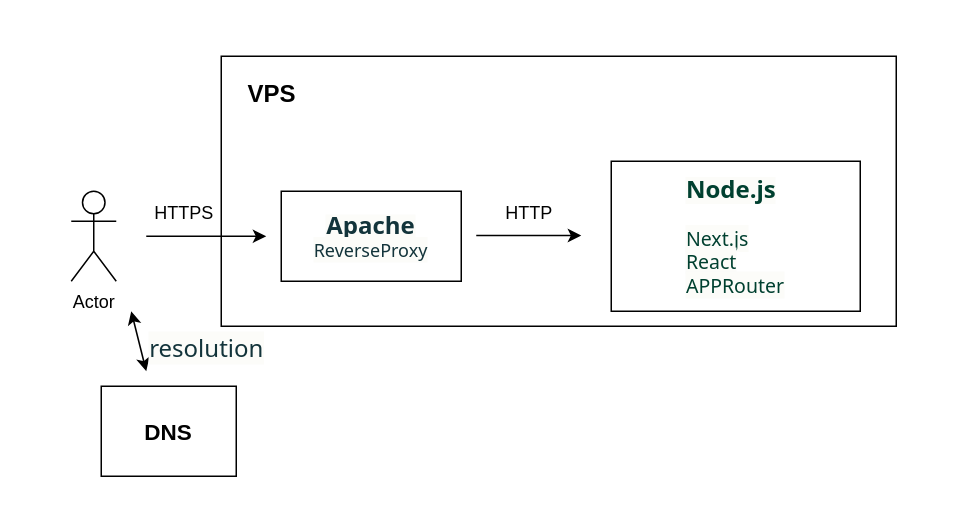
The draw.io diagram docs/architecture/名称未設定ファイル.drawio in kmrkiko/Next_Portfolio, before the edit. Source tidied: cells renumbered, new cells numbered last; positions are measured from the earlier drawing's top-left corner, leaving out a move shared by most shapes. Both pictures are drawn from the tidied source at 150%, with x=0, y=0 at pixel (26, 26).
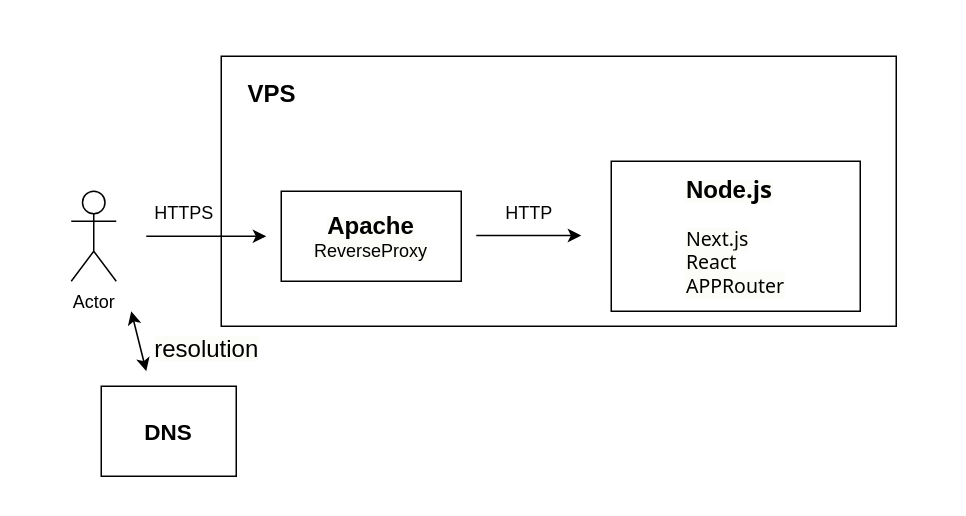
Above is the later version.

Commit message (it also covers changes not shown here):
名称未設定ファイル.drawio を更新します

Change to the diagram source:
```diff
@@
 <mxGraphModel>
   <root>
     <mxCell id="0" />
     <mxCell id="1" parent="0" />
     <mxCell id="2" style="rounded=0;whiteSpace=wrap;html=1;strokeColor=none;" parent="1" vertex="1">
       <mxGeometry width="610" height="310" as="geometry" />
     </mxCell>
     <mxCell id="3" value="&lt;font style=&quot;font-size: 16px;&quot;&gt;&lt;b&gt;　VPS&lt;/b&gt;&lt;/font&gt;&lt;div&gt;&lt;br&gt;&lt;/div&gt;&lt;div&gt;&lt;br&gt;&lt;/div&gt;&lt;div&gt;&lt;br&gt;&lt;/div&gt;&lt;div&gt;&lt;br&gt;&lt;/div&gt;&lt;div&gt;&lt;br&gt;&lt;/div&gt;&lt;div&gt;&lt;br&gt;&lt;/div&gt;&lt;div&gt;&lt;br&gt;&lt;/div&gt;&lt;div&gt;&lt;br&gt;&lt;/div&gt;&lt;div style=&quot;font-size: 13px;&quot;&gt;&lt;br&gt;&lt;/div&gt;" style="rounded=0;whiteSpace=wrap;html=1;align=left;" parent="1" vertex="1">
       <mxGeometry x="130" y="20" width="450" height="180" as="geometry" />
     </mxCell>
     <mxCell id="4" value="Actor" style="shape=umlActor;verticalLabelPosition=bottom;verticalAlign=top;html=1;" parent="1" vertex="1">
       <mxGeometry x="30" y="110" width="30" height="60" as="geometry" />
     </mxCell>
     <mxCell id="5" style="endArrow=classic;html=1;rounded=0;" parent="1" edge="1">
       <mxGeometry relative="1" as="geometry">
         <mxPoint x="80" y="140" as="sourcePoint" />
         <mxPoint x="160" y="140" as="targetPoint" />
         <Array as="points">
           <mxPoint x="120" y="140" />
         </Array>
       </mxGeometry>
     </mxCell>
-    <mxCell id="6" value="&lt;span style=&quot;color: oklch(0.304 0.04 213.681); text-align: start; background-color: oklch(0.99 0.004 106.471); font-family: __fkGroteskNeue_598ab8, __fkGroteskNeue_Fallback_598ab8, ui-sans-serif, system-ui, -apple-system, BlinkMacSystemFont, &amp;quot;Segoe UI&amp;quot;, Roboto, &amp;quot;Helvetica Neue&amp;quot;, Arial, &amp;quot;Noto Sans&amp;quot;, sans-serif, &amp;quot;Apple Color Emoji&amp;quot;, &amp;quot;Segoe UI Emoji&amp;quot;, &amp;quot;Segoe UI Symbol&amp;quot;, &amp;quot;Noto Color Emoji&amp;quot;;&quot;&gt;&lt;b style=&quot;font-size: 16px;&quot;&gt;Apache&lt;/b&gt;&lt;/span&gt;&lt;div&gt;&lt;div&gt;&lt;span style=&quot;color: oklch(0.304 0.04 213.681); text-align: start; background-color: oklch(0.99 0.004 106.471); font-family: __fkGroteskNeue_598ab8, __fkGroteskNeue_Fallback_598ab8, ui-sans-serif, system-ui, -apple-system, BlinkMacSystemFont, &amp;quot;Segoe UI&amp;quot;, Roboto, &amp;quot;Helvetica Neue&amp;quot;, Arial, &amp;quot;Noto Sans&amp;quot;, sans-serif, &amp;quot;Apple Color Emoji&amp;quot;, &amp;quot;Segoe UI Emoji&amp;quot;, &amp;quot;Segoe UI Symbol&amp;quot;, &amp;quot;Noto Color Emoji&amp;quot;;&quot;&gt;&lt;font style=&quot;font-size: 12px;&quot;&gt;ReverseProxy&lt;/font&gt;&lt;/span&gt;&lt;/div&gt;&lt;/div&gt;" style="rounded=0;whiteSpace=wrap;html=1;" parent="1" vertex="1">
+    <mxCell id="6" value="&lt;span style=&quot;text-align: start; background-color: oklch(0.99 0.004 106.471);&quot;&gt;&lt;b style=&quot;font-size: 16px;&quot;&gt;&lt;font style=&quot;&quot; face=&quot;Helvetica&quot;&gt;Apache&lt;/font&gt;&lt;/b&gt;&lt;/span&gt;&lt;div&gt;&lt;div&gt;&lt;span style=&quot;text-align: start; background-color: oklch(0.99 0.004 106.471);&quot;&gt;&lt;font face=&quot;Helvetica&quot; style=&quot;font-size: 12px;&quot;&gt;ReverseProxy&lt;/font&gt;&lt;/span&gt;&lt;/div&gt;&lt;/div&gt;" style="rounded=0;whiteSpace=wrap;html=1;" parent="1" vertex="1">
       <mxGeometry x="170" y="110" width="120" height="60" as="geometry" />
     </mxCell>
     <mxCell id="7" style="endArrow=classic;html=1;rounded=0;" parent="1" edge="1">
       <mxGeometry relative="1" as="geometry">
         <mxPoint x="300" y="139.5" as="sourcePoint" />
         <mxPoint x="370" y="139.5" as="targetPoint" />
       </mxGeometry>
     </mxCell>
-    <mxCell id="8" value="&lt;div style=&quot;text-align: start; font-size: 13px;&quot;&gt;&lt;font style=&quot;font-size: 13px;&quot; face=&quot;__fkGroteskNeue_598ab8, __fkGroteskNeue_Fallback_598ab8, ui-sans-serif, system-ui, -apple-system, BlinkMacSystemFont, Segoe UI, Roboto, Helvetica Neue, Arial, Noto Sans, sans-serif, Apple Color Emoji, Segoe UI Emoji, Segoe UI Symbol, Noto Color Emoji&quot; color=&quot;oklch(0.304 0.04 213.681)&quot;&gt;&lt;span style=&quot;background-color: oklch(0.99 0.004 106.471);&quot;&gt;&lt;b style=&quot;font-size: 16px;&quot;&gt;Node.js&lt;/b&gt;&lt;br&gt;&lt;br&gt;&lt;font style=&quot;font-size: 13px;&quot;&gt;Next.js&lt;br&gt;React&lt;/font&gt;&lt;/span&gt;&lt;/font&gt;&lt;/div&gt;&lt;div style=&quot;text-align: start; font-size: 13px;&quot;&gt;&lt;font style=&quot;font-size: 13px;&quot; face=&quot;__fkGroteskNeue_598ab8, __fkGroteskNeue_Fallback_598ab8, ui-sans-serif, system-ui, -apple-system, BlinkMacSystemFont, Segoe UI, Roboto, Helvetica Neue, Arial, Noto Sans, sans-serif, Apple Color Emoji, Segoe UI Emoji, Segoe UI Symbol, Noto Color Emoji&quot; color=&quot;oklch(0.304 0.04 213.681)&quot;&gt;&lt;span style=&quot;background-color: oklch(0.99 0.004 106.471);&quot;&gt;APPRouter&lt;/span&gt;&lt;/font&gt;&lt;/div&gt;" style="rounded=0;whiteSpace=wrap;html=1;" parent="1" vertex="1">
+    <mxCell id="8" value="&lt;div style=&quot;text-align: start; font-size: 13px;&quot;&gt;&lt;font style=&quot;font-size: 13px;&quot;&gt;&lt;span style=&quot;background-color: oklch(0.99 0.004 106.471);&quot;&gt;&lt;b style=&quot;font-size: 16px;&quot;&gt;&lt;font face=&quot;Helvetica&quot;&gt;Node&lt;/font&gt;&lt;font face=&quot;__fkGroteskNeue_598ab8, __fkGroteskNeue_Fallback_598ab8, ui-sans-serif, system-ui, -apple-system, BlinkMacSystemFont, Segoe UI, Roboto, Helvetica Neue, Arial, Noto Sans, sans-serif, Apple Color Emoji, Segoe UI Emoji, Segoe UI Symbol, Noto Color Emoji&quot;&gt;.js&lt;/font&gt;&lt;/b&gt;&lt;br&gt;&lt;br&gt;&lt;font style=&quot;font-family: __fkGroteskNeue_598ab8, __fkGroteskNeue_Fallback_598ab8, ui-sans-serif, system-ui, -apple-system, BlinkMacSystemFont, &amp;quot;Segoe UI&amp;quot;, Roboto, &amp;quot;Helvetica Neue&amp;quot;, Arial, &amp;quot;Noto Sans&amp;quot;, sans-serif, &amp;quot;Apple Color Emoji&amp;quot;, &amp;quot;Segoe UI Emoji&amp;quot;, &amp;quot;Segoe UI Symbol&amp;quot;, &amp;quot;Noto Color Emoji&amp;quot;; font-size: 13px;&quot;&gt;Next.js&lt;br&gt;React&lt;/font&gt;&lt;/span&gt;&lt;/font&gt;&lt;/div&gt;&lt;div style=&quot;text-align: start; font-size: 13px;&quot;&gt;&lt;font style=&quot;font-size: 13px;&quot; face=&quot;__fkGroteskNeue_598ab8, __fkGroteskNeue_Fallback_598ab8, ui-sans-serif, system-ui, -apple-system, BlinkMacSystemFont, Segoe UI, Roboto, Helvetica Neue, Arial, Noto Sans, sans-serif, Apple Color Emoji, Segoe UI Emoji, Segoe UI Symbol, Noto Color Emoji&quot;&gt;&lt;span style=&quot;background-color: oklch(0.99 0.004 106.471);&quot;&gt;APPRouter&lt;/span&gt;&lt;/font&gt;&lt;/div&gt;" style="rounded=0;whiteSpace=wrap;html=1;" parent="1" vertex="1">
       <mxGeometry x="390" y="90" width="166" height="100" as="geometry" />
     </mxCell>
     <mxCell id="9" value="HTTPS" style="text;html=1;align=center;verticalAlign=middle;strokeColor=none;fillColor=none;" parent="1" vertex="1">
       <mxGeometry x="75" y="110" width="60" height="30" as="geometry" />
     </mxCell>
     <mxCell id="10" value="HTTP" style="text;html=1;align=center;verticalAlign=middle;strokeColor=none;fillColor=none;" parent="1" vertex="1">
       <mxGeometry x="310" y="110" width="50" height="30" as="geometry" />
     </mxCell>
     <mxCell id="11" style="endArrow=classic;startArrow=classic;html=1;rounded=0;" parent="1" edge="1">
       <mxGeometry relative="1" as="geometry">
         <mxPoint x="70" y="190" as="sourcePoint" />
         <mxPoint x="80" y="230" as="targetPoint" />
       </mxGeometry>
     </mxCell>
     <mxCell id="12" value="&lt;b&gt;&lt;font style=&quot;font-size: 15px;&quot;&gt;DNS&lt;/font&gt;&lt;/b&gt;" style="rounded=0;whiteSpace=wrap;html=1;" parent="1" vertex="1">
       <mxGeometry x="50" y="240" width="90" height="60" as="geometry" />
     </mxCell>
-    <mxCell id="13" value="&lt;span style=&quot;color: oklch(0.304 0.04 213.681); font-family: __fkGroteskNeue_598ab8, __fkGroteskNeue_Fallback_598ab8, ui-sans-serif, system-ui, -apple-system, BlinkMacSystemFont, &amp;quot;Segoe UI&amp;quot;, Roboto, &amp;quot;Helvetica Neue&amp;quot;, Arial, &amp;quot;Noto Sans&amp;quot;, sans-serif, &amp;quot;Apple Color Emoji&amp;quot;, &amp;quot;Segoe UI Emoji&amp;quot;, &amp;quot;Segoe UI Symbol&amp;quot;, &amp;quot;Noto Color Emoji&amp;quot;; font-size: 16px; text-align: start; text-wrap: wrap; background-color: oklch(0.99 0.004 106.471);&quot;&gt;resolution&lt;/span&gt;" style="text;html=1;align=center;verticalAlign=middle;strokeColor=none;fillColor=none;" parent="1" vertex="1">
+    <mxCell id="13" value="&lt;span style=&quot;font-size: 16px; text-align: start; text-wrap: wrap; background-color: oklch(0.99 0.004 106.471);&quot;&gt;&lt;font style=&quot;&quot; face=&quot;Helvetica&quot;&gt;resolution&lt;/font&gt;&lt;/span&gt;" style="text;html=1;align=center;verticalAlign=middle;strokeColor=none;fillColor=none;" parent="1" vertex="1">
       <mxGeometry x="75" y="200" width="90" height="30" as="geometry" />
     </mxCell>
   </root>
 </mxGraphModel>
```
